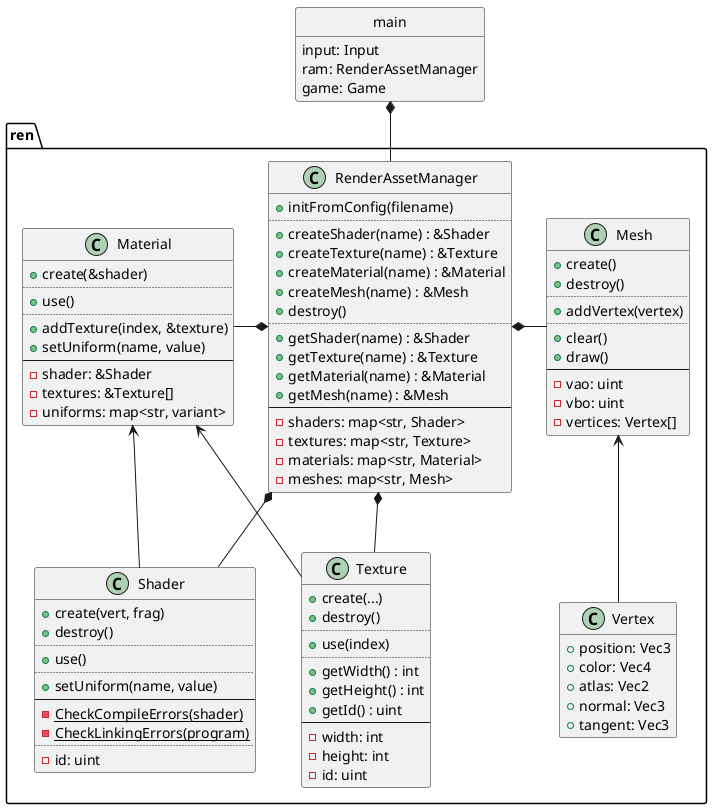
ba6er/marblemaze keeps this PlantUML diagram as design/assets.png. Above is the earlier version.
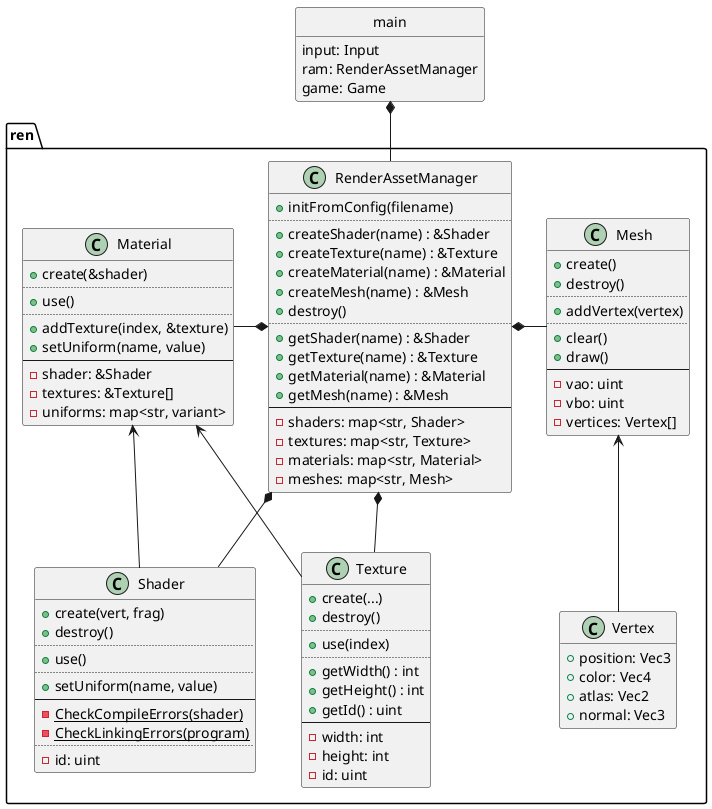
Later version of the same file.

Diff of the diagram source:
```diff
@@ -48,7 +48,6 @@
 	+color: Vec4
 	+atlas: Vec2
 	+normal: Vec3
-	+tangent: Vec3
 }
 hide Vertex methods
 
```
